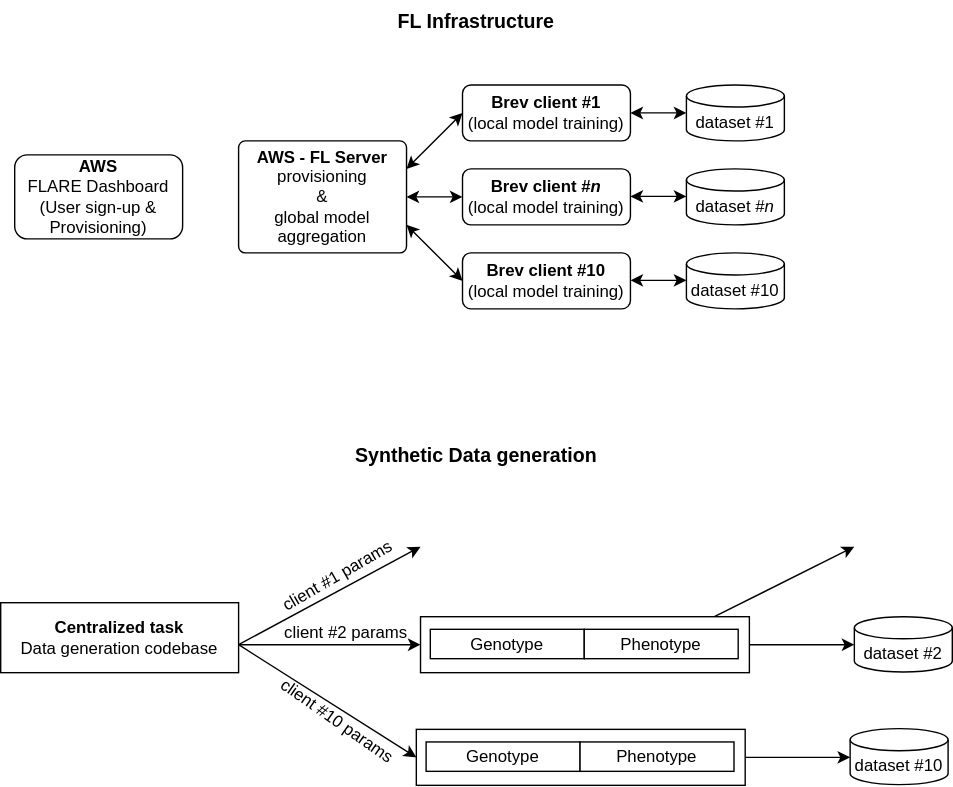
Earlier version of the draw.io export resources/Fed_learning_infrastructure.drawio.svg (collaborativebioinformatics/FedGen). Source tidied: cells renumbered, new cells last; positions are measured from the earlier drawing's top-left corner, leaving out a move shared by most shapes. The source it was exported from:
```xml
<mxGraphModel>
  <root>
    <mxCell id="0" />
    <mxCell id="1" parent="0" />
    <mxCell id="2" value="&lt;b&gt;AWS - FL Server&lt;/b&gt;&lt;div&gt;provisioning&lt;br&gt;&amp;amp;&lt;br&gt;global model aggregation&lt;/div&gt;" style="rounded=1;whiteSpace=wrap;html=1;fontSize=12;glass=0;strokeWidth=1;shadow=0;arcSize=6;" parent="1" vertex="1">
      <mxGeometry x="170" y="100" width="120" height="80" as="geometry" />
    </mxCell>
    <mxCell id="3" value="&lt;b&gt;Brev client #1&lt;/b&gt;&lt;div&gt;(local model training)&lt;/div&gt;" style="rounded=1;whiteSpace=wrap;html=1;" parent="1" vertex="1">
      <mxGeometry x="330" y="60" width="120" height="40" as="geometry" />
    </mxCell>
    <mxCell id="4" value="&lt;b&gt;Brev client #&lt;/b&gt;&lt;i&gt;&lt;b&gt;n&lt;/b&gt;&lt;br&gt;&lt;/i&gt;(local model training)&lt;i&gt;&lt;/i&gt;" style="rounded=1;whiteSpace=wrap;html=1;" parent="1" vertex="1">
      <mxGeometry x="330" y="120" width="120" height="40" as="geometry" />
    </mxCell>
    <mxCell id="5" value="&lt;b&gt;Brev client #10&lt;/b&gt;&lt;br&gt;(local model training)" style="rounded=1;whiteSpace=wrap;html=1;" parent="1" vertex="1">
      <mxGeometry x="330" y="180" width="120" height="40" as="geometry" />
    </mxCell>
    <mxCell id="6" style="endArrow=classic;html=1;rounded=0;exitX=1;exitY=0.25;exitDx=0;exitDy=0;startArrow=classic;startFill=1;" parent="1" edge="1" source="2">
      <mxGeometry relative="1" as="geometry">
        <mxPoint x="330" y="80" as="targetPoint" />
      </mxGeometry>
    </mxCell>
    <mxCell id="7" style="endArrow=classic;html=1;rounded=0;exitX=1;exitY=0.5;exitDx=0;exitDy=0;startArrow=classic;startFill=1;" parent="1" edge="1" source="2">
      <mxGeometry relative="1" as="geometry">
        <mxPoint x="330" y="140" as="targetPoint" />
      </mxGeometry>
    </mxCell>
    <mxCell id="8" style="endArrow=classic;html=1;rounded=0;exitX=1;exitY=0.75;exitDx=0;exitDy=0;startArrow=classic;startFill=1;" parent="1" edge="1" source="2">
      <mxGeometry relative="1" as="geometry">
        <mxPoint x="330" y="200" as="targetPoint" />
      </mxGeometry>
    </mxCell>
    <mxCell id="9" value="&lt;font style=&quot;font-size: 14px;&quot;&gt;FL Infrastructure&lt;/font&gt;" style="text;html=1;whiteSpace=wrap;strokeColor=none;fillColor=none;align=center;verticalAlign=middle;rounded=0;fontStyle=1;" parent="1" vertex="1">
      <mxGeometry x="60" width="560" height="30" as="geometry" />
    </mxCell>
    <mxCell id="10" value="&lt;font style=&quot;font-size: 14px;&quot;&gt;Synthetic Data generation&lt;/font&gt;" style="text;html=1;whiteSpace=wrap;strokeColor=none;fillColor=none;align=center;verticalAlign=middle;rounded=0;fontStyle=1;strokeWidth=2;" parent="1" vertex="1">
      <mxGeometry x="200" y="310" width="280" height="30" as="geometry" />
    </mxCell>
    <mxCell id="11" value="dataset #1" style="shape=cylinder3;whiteSpace=wrap;html=1;boundedLbl=1;backgroundOutline=1;size=7.896551724137964;" parent="1" vertex="1">
      <mxGeometry x="490" y="60" width="70" height="40" as="geometry" />
    </mxCell>
    <mxCell id="12" value="dataset #&lt;i&gt;n&lt;/i&gt;" style="shape=cylinder3;whiteSpace=wrap;html=1;boundedLbl=1;backgroundOutline=1;size=7.896551724137851;" parent="1" vertex="1">
      <mxGeometry x="490" y="120" width="70" height="40" as="geometry" />
    </mxCell>
    <mxCell id="13" value="dataset #10" style="shape=cylinder3;whiteSpace=wrap;html=1;boundedLbl=1;backgroundOutline=1;size=7.896551724137851;" parent="1" vertex="1">
      <mxGeometry x="490" y="180" width="70" height="40" as="geometry" />
    </mxCell>
    <mxCell id="14" style="endArrow=classic;startArrow=classic;html=1;rounded=0;entryX=0;entryY=0.5;entryDx=0;entryDy=0;entryPerimeter=0;" parent="1" edge="1" target="11">
      <mxGeometry relative="1" as="geometry">
        <mxPoint x="450" y="80" as="sourcePoint" />
      </mxGeometry>
    </mxCell>
    <mxCell id="15" value="&lt;div&gt;&lt;b&gt;Centralized task&lt;/b&gt;&lt;/div&gt;Data generation codebase" style="rounded=0;whiteSpace=wrap;html=1;" parent="1" vertex="1">
      <mxGeometry y="430" width="170" height="50" as="geometry" />
    </mxCell>
    <mxCell id="16" style="endArrow=classic;startArrow=classic;html=1;rounded=0;entryX=0;entryY=0.5;entryDx=0;entryDy=0;entryPerimeter=0;" parent="1" edge="1">
      <mxGeometry relative="1" as="geometry">
        <mxPoint x="450" y="139.7" as="sourcePoint" />
        <mxPoint x="490" y="139.7" as="targetPoint" />
      </mxGeometry>
    </mxCell>
    <mxCell id="17" style="endArrow=classic;html=1;rounded=0;exitX=1;exitY=0.5;exitDx=0;exitDy=0;" parent="1" edge="1">
      <mxGeometry relative="1" as="geometry">
        <mxPoint x="170" y="460" as="sourcePoint" />
        <mxPoint x="300" y="390" as="targetPoint" />
      </mxGeometry>
    </mxCell>
    <mxCell id="18" style="endArrow=classic;startArrow=classic;html=1;rounded=0;entryX=0;entryY=0.5;entryDx=0;entryDy=0;entryPerimeter=0;" parent="1" edge="1">
      <mxGeometry relative="1" as="geometry">
        <mxPoint x="450" y="199.7" as="sourcePoint" />
        <mxPoint x="490" y="199.7" as="targetPoint" />
      </mxGeometry>
    </mxCell>
    <mxCell id="19" style="endArrow=classic;html=1;rounded=0;exitX=1;exitY=0.5;exitDx=0;exitDy=0;entryX=0;entryY=0.5;entryDx=0;entryDy=0;" parent="1" edge="1" target="28">
      <mxGeometry relative="1" as="geometry">
        <mxPoint x="170" y="460" as="sourcePoint" />
      </mxGeometry>
    </mxCell>
    <mxCell id="20" style="endArrow=classic;html=1;rounded=0;exitX=1;exitY=0.5;exitDx=0;exitDy=0;entryX=0;entryY=0.5;entryDx=0;entryDy=0;" parent="1" edge="1" target="33">
      <mxGeometry relative="1" as="geometry">
        <mxPoint x="170" y="460" as="sourcePoint" />
      </mxGeometry>
    </mxCell>
    <mxCell id="21" value="client #1 params" style="text;html=1;whiteSpace=wrap;strokeColor=none;fillColor=none;align=center;verticalAlign=middle;rounded=0;rotation=330;" parent="1" vertex="1">
      <mxGeometry x="181" y="396" width="120" height="30" as="geometry" />
    </mxCell>
    <mxCell id="22" value="client #2 params" style="text;html=1;whiteSpace=wrap;strokeColor=none;fillColor=none;align=center;verticalAlign=middle;rounded=0;rotation=0;" parent="1" vertex="1">
      <mxGeometry x="187" y="437" width="120" height="30" as="geometry" />
    </mxCell>
    <mxCell id="23" value="client #10 params" style="text;html=1;whiteSpace=wrap;strokeColor=none;fillColor=none;align=center;verticalAlign=middle;rounded=0;rotation=35;" parent="1" vertex="1">
      <mxGeometry x="181" y="499.5" width="120" height="30" as="geometry" />
    </mxCell>
    <mxCell id="24" style="endArrow=classic;html=1;rounded=0;exitX=1;exitY=0.5;exitDx=0;exitDy=0;" parent="1" edge="1">
      <mxGeometry relative="1" as="geometry">
        <mxPoint x="510" y="440" as="sourcePoint" />
        <mxPoint x="610" y="390" as="targetPoint" />
      </mxGeometry>
    </mxCell>
    <mxCell id="25" value="dataset #2" style="shape=cylinder3;whiteSpace=wrap;html=1;boundedLbl=1;backgroundOutline=1;size=7.896551724137964;" parent="1" vertex="1">
      <mxGeometry x="610" y="440" width="70" height="39.5" as="geometry" />
    </mxCell>
    <mxCell id="26" value="Genotype" style="rounded=0;whiteSpace=wrap;html=1;" parent="1" vertex="1">
      <mxGeometry x="307" y="449" width="110" height="21" as="geometry" />
    </mxCell>
    <mxCell id="27" value="Phenotype" style="rounded=0;whiteSpace=wrap;html=1;" parent="1" vertex="1">
      <mxGeometry x="417" y="449" width="110" height="21" as="geometry" />
    </mxCell>
    <mxCell id="28" style="rounded=0;whiteSpace=wrap;html=1;fillColor=none;" parent="1" vertex="1">
      <mxGeometry x="300" y="440" width="235" height="40" as="geometry" />
    </mxCell>
    <mxCell id="29" style="endArrow=classic;html=1;rounded=0;exitX=1;exitY=0.5;exitDx=0;exitDy=0;" parent="1" edge="1" source="28">
      <mxGeometry relative="1" as="geometry">
        <mxPoint x="610" y="460" as="targetPoint" />
      </mxGeometry>
    </mxCell>
    <mxCell id="30" value="dataset #10" style="shape=cylinder3;whiteSpace=wrap;html=1;boundedLbl=1;backgroundOutline=1;size=7.896551724137964;" parent="1" vertex="1">
      <mxGeometry x="607" y="520" width="70" height="40" as="geometry" />
    </mxCell>
    <mxCell id="31" value="Genotype" style="rounded=0;whiteSpace=wrap;html=1;" parent="1" vertex="1">
      <mxGeometry x="304" y="529.5" width="110" height="21" as="geometry" />
    </mxCell>
    <mxCell id="32" value="Phenotype" style="rounded=0;whiteSpace=wrap;html=1;" parent="1" vertex="1">
      <mxGeometry x="414" y="529.5" width="110" height="21" as="geometry" />
    </mxCell>
    <mxCell id="33" style="rounded=0;whiteSpace=wrap;html=1;fillColor=none;" parent="1" vertex="1">
      <mxGeometry x="297" y="520.5" width="235" height="40" as="geometry" />
    </mxCell>
    <mxCell id="34" style="endArrow=classic;html=1;rounded=0;exitX=1;exitY=0.5;exitDx=0;exitDy=0;" parent="1" edge="1" source="33">
      <mxGeometry relative="1" as="geometry">
        <mxPoint x="607" y="540.5" as="targetPoint" />
      </mxGeometry>
    </mxCell>
    <mxCell id="35" value="&lt;b&gt;AWS&lt;/b&gt;&lt;br&gt;FLARE Dashboard&lt;div&gt;(User sign-up &amp;amp; Provisioning)&lt;/div&gt;" style="rounded=1;whiteSpace=wrap;html=1;" parent="1" vertex="1">
      <mxGeometry x="10" y="110" width="120" height="60" as="geometry" />
    </mxCell>
  </root>
</mxGraphModel>
```
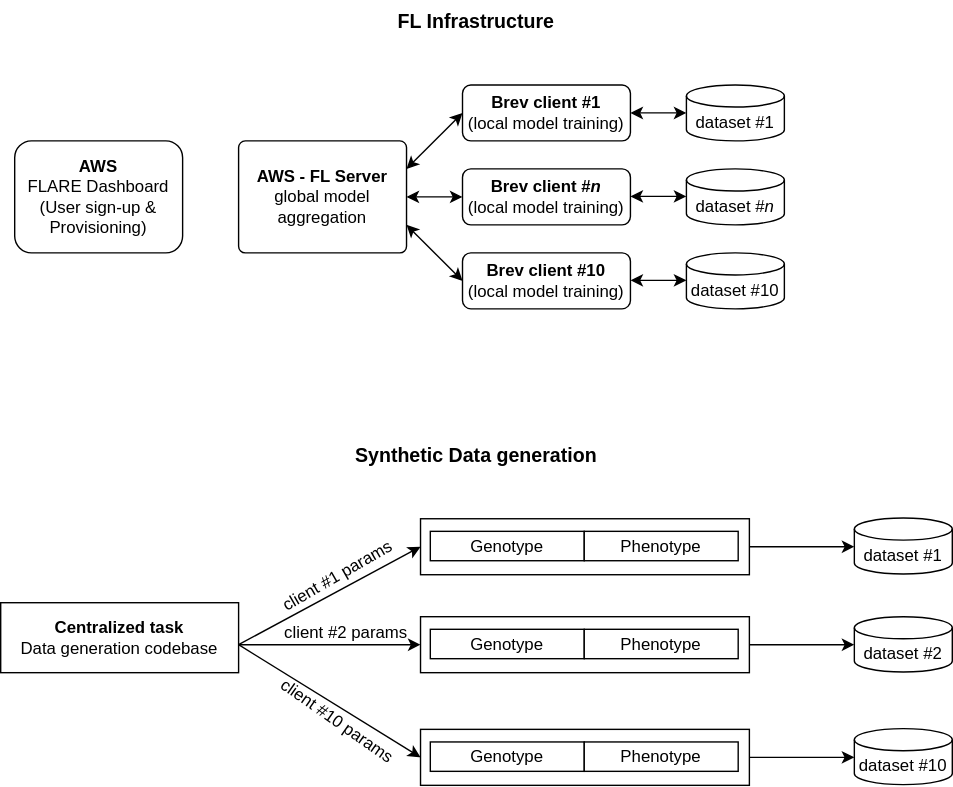
The same file after the commit.

Commit message:
update flow chart

What changed in the source:
```diff
@@ -2,7 +2,7 @@
   <root>
     <mxCell id="0" />
     <mxCell id="1" parent="0" />
-    <mxCell id="2" value="&lt;b&gt;AWS - FL Server&lt;/b&gt;&lt;div&gt;provisioning&lt;br&gt;&amp;amp;&lt;br&gt;global model aggregation&lt;/div&gt;" style="rounded=1;whiteSpace=wrap;html=1;fontSize=12;glass=0;strokeWidth=1;shadow=0;arcSize=6;" parent="1" vertex="1">
+    <mxCell id="2" value="&lt;b&gt;AWS - FL Server&lt;/b&gt;&lt;div&gt;global model aggregation&lt;/div&gt;" style="rounded=1;whiteSpace=wrap;html=1;fontSize=12;glass=0;strokeWidth=1;shadow=0;arcSize=6;" parent="1" vertex="1">
       <mxGeometry x="170" y="100" width="120" height="80" as="geometry" />
     </mxCell>
     <mxCell id="3" value="&lt;b&gt;Brev client #1&lt;/b&gt;&lt;div&gt;(local model training)&lt;/div&gt;" style="rounded=1;whiteSpace=wrap;html=1;" parent="1" vertex="1">
@@ -89,9 +89,20 @@
     <mxCell id="23" value="client #10 params" style="text;html=1;whiteSpace=wrap;strokeColor=none;fillColor=none;align=center;verticalAlign=middle;rounded=0;rotation=35;" parent="1" vertex="1">
       <mxGeometry x="181" y="499.5" width="120" height="30" as="geometry" />
     </mxCell>
+    <mxCell id="36" value="dataset #1" style="shape=cylinder3;whiteSpace=wrap;html=1;boundedLbl=1;backgroundOutline=1;size=7.896551724137964;" parent="1" vertex="1">
+      <mxGeometry x="610" y="369.5" width="70" height="40" as="geometry" />
+    </mxCell>
+    <mxCell id="37" value="Genotype" style="rounded=0;whiteSpace=wrap;html=1;" parent="1" vertex="1">
+      <mxGeometry x="307" y="379" width="110" height="21" as="geometry" />
+    </mxCell>
+    <mxCell id="38" value="Phenotype" style="rounded=0;whiteSpace=wrap;html=1;" parent="1" vertex="1">
+      <mxGeometry x="417" y="379" width="110" height="21" as="geometry" />
+    </mxCell>
+    <mxCell id="39" style="rounded=0;whiteSpace=wrap;html=1;fillColor=none;" parent="1" vertex="1">
+      <mxGeometry x="300" y="370" width="235" height="40" as="geometry" />
+    </mxCell>
-    <mxCell id="24" style="endArrow=classic;html=1;rounded=0;exitX=1;exitY=0.5;exitDx=0;exitDy=0;" parent="1" edge="1">
+    <mxCell id="24" style="endArrow=classic;html=1;rounded=0;exitX=1;exitY=0.5;exitDx=0;exitDy=0;" parent="1" edge="1" source="39">
       <mxGeometry relative="1" as="geometry">
-        <mxPoint x="510" y="440" as="sourcePoint" />
         <mxPoint x="610" y="390" as="targetPoint" />
       </mxGeometry>
     </mxCell>
@@ -113,24 +124,24 @@
       </mxGeometry>
     </mxCell>
     <mxCell id="30" value="dataset #10" style="shape=cylinder3;whiteSpace=wrap;html=1;boundedLbl=1;backgroundOutline=1;size=7.896551724137964;" parent="1" vertex="1">
-      <mxGeometry x="607" y="520" width="70" height="40" as="geometry" />
+      <mxGeometry x="610" y="520" width="70" height="40" as="geometry" />
     </mxCell>
     <mxCell id="31" value="Genotype" style="rounded=0;whiteSpace=wrap;html=1;" parent="1" vertex="1">
-      <mxGeometry x="304" y="529.5" width="110" height="21" as="geometry" />
+      <mxGeometry x="307" y="529.5" width="110" height="21" as="geometry" />
     </mxCell>
     <mxCell id="32" value="Phenotype" style="rounded=0;whiteSpace=wrap;html=1;" parent="1" vertex="1">
-      <mxGeometry x="414" y="529.5" width="110" height="21" as="geometry" />
+      <mxGeometry x="417" y="529.5" width="110" height="21" as="geometry" />
     </mxCell>
     <mxCell id="33" style="rounded=0;whiteSpace=wrap;html=1;fillColor=none;" parent="1" vertex="1">
-      <mxGeometry x="297" y="520.5" width="235" height="40" as="geometry" />
+      <mxGeometry x="300" y="520.5" width="235" height="40" as="geometry" />
     </mxCell>
     <mxCell id="34" style="endArrow=classic;html=1;rounded=0;exitX=1;exitY=0.5;exitDx=0;exitDy=0;" parent="1" edge="1" source="33">
       <mxGeometry relative="1" as="geometry">
-        <mxPoint x="607" y="540.5" as="targetPoint" />
+        <mxPoint x="610" y="540.5" as="targetPoint" />
       </mxGeometry>
     </mxCell>
     <mxCell id="35" value="&lt;b&gt;AWS&lt;/b&gt;&lt;br&gt;FLARE Dashboard&lt;div&gt;(User sign-up &amp;amp; Provisioning)&lt;/div&gt;" style="rounded=1;whiteSpace=wrap;html=1;" parent="1" vertex="1">
-      <mxGeometry x="10" y="110" width="120" height="60" as="geometry" />
+      <mxGeometry x="10" y="100" width="120" height="80" as="geometry" />
     </mxCell>
   </root>
 </mxGraphModel>
```
